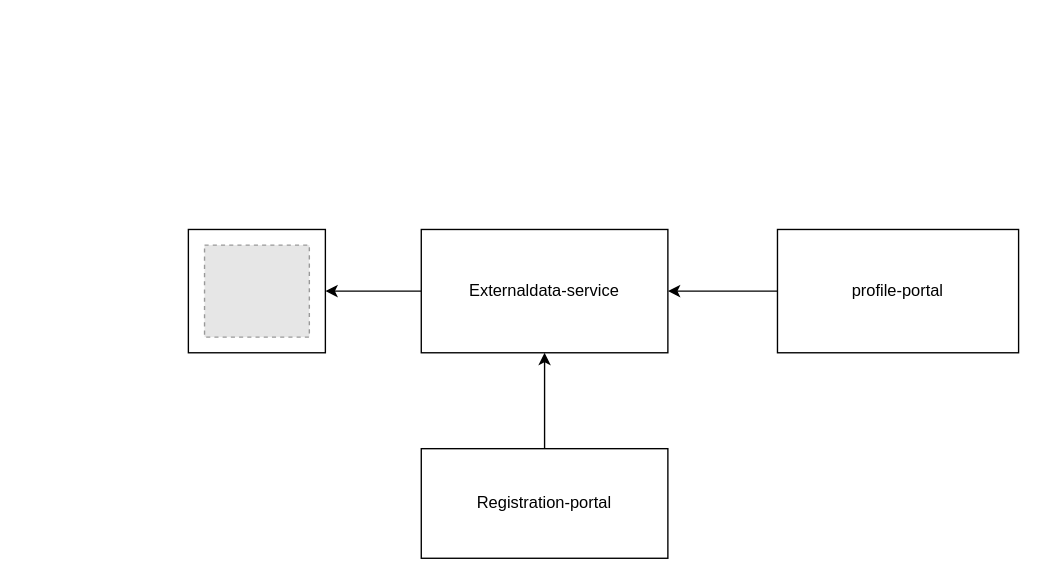
Above: page "Page-5" (5 of 8) of DNB.drawio in huangshijie/Drawio (draw.io), before the change. Source tidied: cells renumbered, new cells numbered last; positions are measured from the earlier drawing's top-left corner, leaving out a move shared by most shapes. Both pictures are drawn from the tidied source at 137%, with x=0, y=0 at pixel (188, 229). Pictures stored in the file or linked from it are replaced by grey dashed boxes.
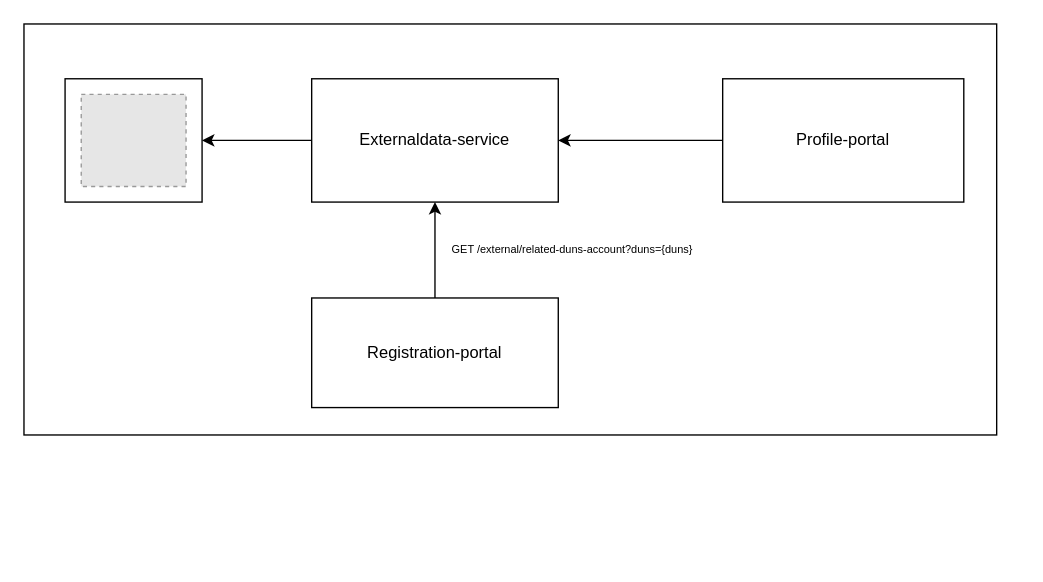
Above is the later version.

What changed in the source:
```diff
@@
 <mxGraphModel>
   <root>
     <mxCell id="0" />
     <mxCell id="1" parent="0" />
-    <mxCell id="2" style="edgeStyle=orthogonalEdgeStyle;rounded=0;jettySize=auto;html=1;" parent="1" edge="1" source="3" target="9">
-      <mxGeometry relative="1" as="geometry" />
-    </mxCell>
+    <mxCell id="11" style="group;" parent="1" vertex="1">
+      <mxGeometry x="-120" y="-150" width="710" height="300" as="geometry" />
+    </mxCell>
+    <mxCell id="12" style="rounded=0;whiteSpace=wrap;html=1;" parent="11" vertex="1">
+      <mxGeometry width="710" height="300" as="geometry" />
+    </mxCell>
-    <mxCell id="3" value="Externaldata-service" style="rounded=0;whiteSpace=wrap;html=1;" parent="1" vertex="1">
-      <mxGeometry x="170" width="180" height="90" as="geometry" />
+    <mxCell id="3" value="Externaldata-service" style="rounded=0;whiteSpace=wrap;html=1;" parent="11" vertex="1">
+      <mxGeometry x="210" y="40" width="180" height="90" as="geometry" />
     </mxCell>
-    <mxCell id="4" style="edgeStyle=orthogonalEdgeStyle;rounded=0;jettySize=auto;html=1;entryX=1;entryY=0.5;entryDx=0;entryDy=0;" parent="1" edge="1" source="5" target="3">
+    <mxCell id="4" style="edgeStyle=orthogonalEdgeStyle;rounded=0;jettySize=auto;html=1;entryX=1;entryY=0.5;entryDx=0;entryDy=0;" parent="11" edge="1" source="5" target="3">
       <mxGeometry relative="1" as="geometry" />
     </mxCell>
-    <mxCell id="5" value="profile-portal" style="rounded=0;whiteSpace=wrap;html=1;" parent="1" vertex="1">
-      <mxGeometry x="430" width="176" height="90" as="geometry" />
+    <mxCell id="5" value="Profile-portal" style="rounded=0;whiteSpace=wrap;html=1;" parent="11" vertex="1">
+      <mxGeometry x="510" y="40" width="176" height="90" as="geometry" />
     </mxCell>
-    <mxCell id="6" style="edgeStyle=orthogonalEdgeStyle;rounded=0;jettySize=auto;html=1;" parent="1" edge="1" source="7" target="3">
+    <mxCell id="6" style="edgeStyle=orthogonalEdgeStyle;rounded=0;jettySize=auto;html=1;" parent="11" edge="1" source="7" target="3">
       <mxGeometry relative="1" as="geometry" />
     </mxCell>
-    <mxCell id="7" value="Registration-portal" style="rounded=0;whiteSpace=wrap;html=1;" parent="1" vertex="1">
-      <mxGeometry x="170" y="160" width="180" height="80" as="geometry" />
+    <mxCell id="7" value="Registration-portal" style="rounded=0;whiteSpace=wrap;html=1;" parent="11" vertex="1">
+      <mxGeometry x="210" y="200" width="180" height="80" as="geometry" />
     </mxCell>
-    <mxCell id="8" style="group;" parent="1" vertex="1">
-      <mxGeometry width="100" height="90" as="geometry" />
+    <mxCell id="8" style="group;" parent="11" vertex="1">
+      <mxGeometry x="30" y="40" width="100" height="90" as="geometry" />
     </mxCell>
     <mxCell id="9" style="rounded=0;whiteSpace=wrap;html=1;" parent="8" vertex="1">
       <mxGeometry width="100" height="90" as="geometry" />
     </mxCell>
     <mxCell id="10" style="fillColor=#E6E6E6;strokeColor=#999999;dashed=1;verticalLabelPosition=bottom;labelBackgroundColor=default;verticalAlign=top;" parent="8" vertex="1">
       <mxGeometry x="11.8" y="11.4" width="76.5" height="67.2" as="geometry" />
     </mxCell>
+    <mxCell id="2" style="edgeStyle=orthogonalEdgeStyle;rounded=0;jettySize=auto;html=1;" parent="11" edge="1" source="3" target="9">
+      <mxGeometry relative="1" as="geometry" />
+    </mxCell>
+    <mxCell id="13" value="&lt;pre style=&quot;background-color: rgb(255, 255, 255);&quot;&gt;&lt;font style=&quot;font-size: 8px;&quot; face=&quot;Helvetica&quot;&gt;&lt;font style=&quot;&quot;&gt;GET /external&lt;/font&gt;/related-duns-account?duns={duns}&lt;/font&gt;&lt;/pre&gt;" style="text;html=1;align=center;verticalAlign=middle;strokeColor=none;fillColor=none;" parent="11" vertex="1">
+      <mxGeometry x="300" y="140" width="200" height="50" as="geometry" />
+    </mxCell>
   </root>
 </mxGraphModel>
```
